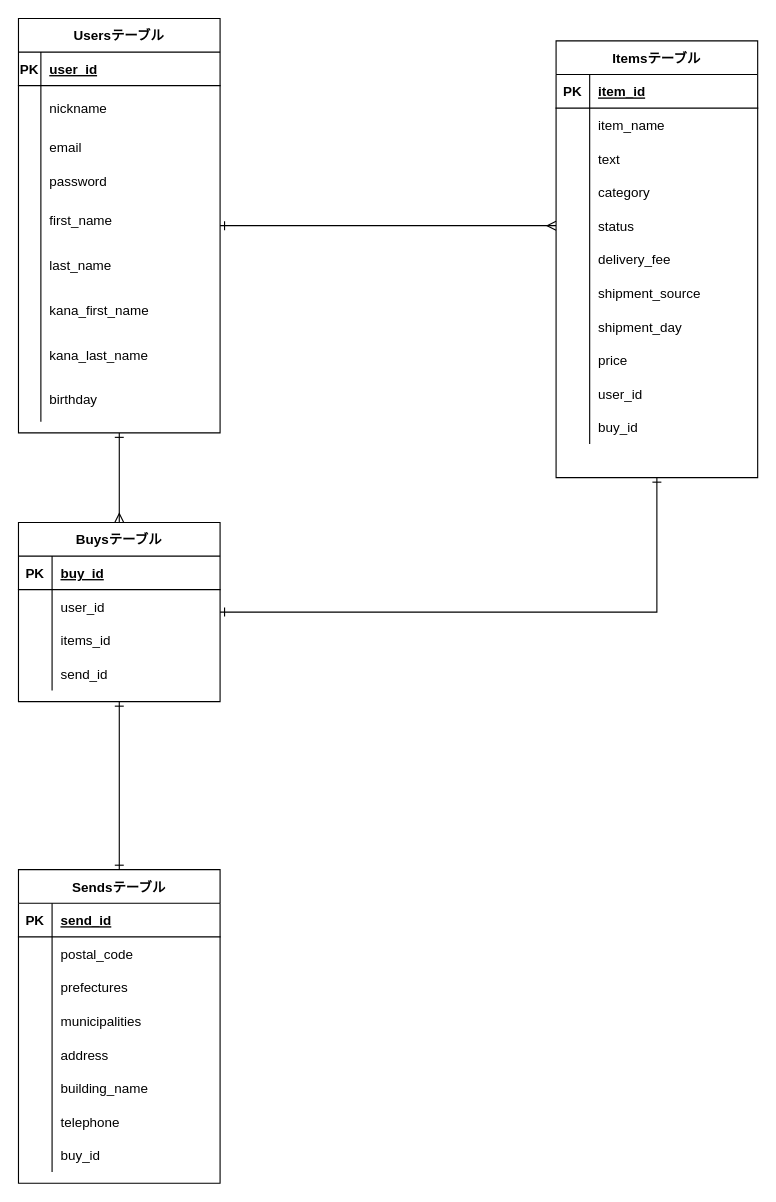
The draw.io diagram furima.dio in KawashimaRyuhei/furima-36232, before the edit. Source tidied: cells renumbered, new cells numbered last; positions are measured from the earlier drawing's top-left corner, leaving out a move shared by most shapes. Both pictures are drawn from the tidied source at 112%, with x=0, y=0 at pixel (18, 18).
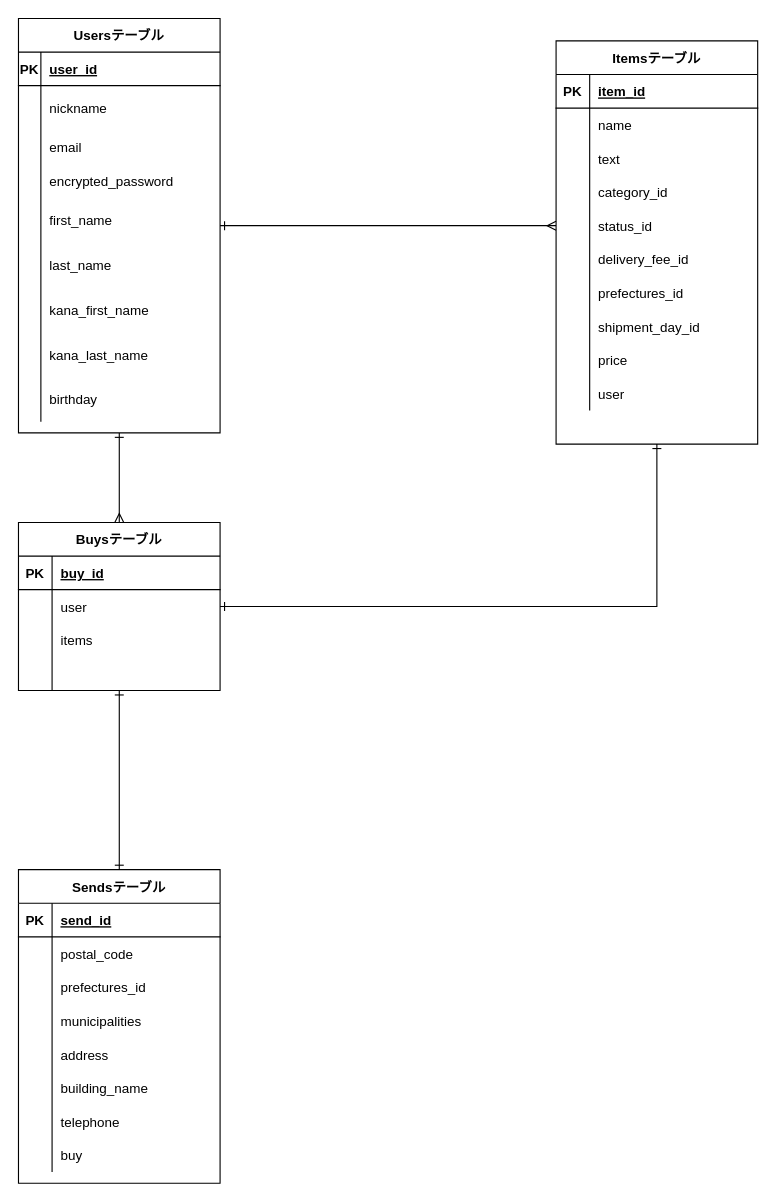
The same diagram, later.

Unchanged cells that the change refers to:
```xml
<mxCell id="14" style="shape=partialRectangle;fillColor=none;top=0;left=0;bottom=0;right=0;" parent="4" vertex="1">
  <mxGeometry y="130" width="180" height="30" as="geometry" />
</mxCell>
<mxCell id="36" style="shape=partialRectangle;fillColor=none;top=0;left=0;bottom=0;right=0;" parent="32" vertex="1">
  <mxGeometry y="60" width="180" height="30" as="geometry" />
</mxCell>
<mxCell id="42" style="shape=partialRectangle;fillColor=none;top=0;left=0;bottom=0;right=0;" parent="32" vertex="1">
  <mxGeometry y="120" width="180" height="30" as="geometry" />
</mxCell>
<mxCell id="45" style="shape=partialRectangle;fillColor=none;top=0;left=0;bottom=0;right=0;points=[[0,0.5],[1,0.5]];portConstraint=eastwest;" parent="32" vertex="1">
  <mxGeometry y="150" width="180" height="30" as="geometry" />
</mxCell>
<mxCell id="48" style="shape=partialRectangle;fillColor=none;top=0;left=0;bottom=0;right=0;" parent="32" vertex="1">
  <mxGeometry y="180" width="180" height="30" as="geometry" />
</mxCell>
<mxCell id="51" style="shape=partialRectangle;fillColor=none;top=0;left=0;bottom=0;right=0;" parent="32" vertex="1">
  <mxGeometry y="210" width="180" height="30" as="geometry" />
</mxCell>
<mxCell id="54" style="shape=partialRectangle;fillColor=none;top=0;left=0;bottom=0;right=0;" parent="32" vertex="1">
  <mxGeometry y="240" width="180" height="30" as="geometry" />
</mxCell>
<mxCell id="60" style="shape=partialRectangle;fillColor=none;top=0;left=0;bottom=0;right=0;" parent="32" vertex="1">
  <mxGeometry y="300" width="180" height="30" as="geometry" />
</mxCell>
<mxCell id="71" style="shape=partialRectangle;fillColor=none;top=0;left=0;bottom=0;right=0;" parent="67" vertex="1">
  <mxGeometry y="60" width="180" height="30" as="geometry" />
</mxCell>
<mxCell id="74" style="shape=partialRectangle;fillColor=none;top=0;left=0;bottom=0;right=0;" parent="67" vertex="1">
  <mxGeometry y="90" width="180" height="30" as="geometry" />
</mxCell>
<mxCell id="77" style="shape=partialRectangle;fillColor=none;top=0;left=0;bottom=0;right=0;" parent="67" vertex="1">
  <mxGeometry y="120" width="180" height="30" as="geometry" />
</mxCell>
<mxCell id="88" style="shape=partialRectangle;fillColor=none;top=0;left=0;bottom=0;right=0;" parent="81" vertex="1">
  <mxGeometry y="90" width="180" height="30" as="geometry" />
</mxCell>
<mxCell id="103" style="shape=partialRectangle;fillColor=none;top=0;left=0;bottom=0;right=0;" parent="81" vertex="1">
  <mxGeometry y="240" width="180" height="30" as="geometry" />
</mxCell>
```

Change to the diagram source:
```diff
@@
-    <mxCell id="16" value="password" style="shape=partialRectangle;fillColor=none;top=0;left=0;bottom=0;right=0;align=left;spacingLeft=6;overflow=hidden;" parent="14" vertex="1">
+    <mxCell id="16" value="encrypted_password" style="shape=partialRectangle;fillColor=none;top=0;left=0;bottom=0;right=0;align=left;spacingLeft=6;overflow=hidden;" parent="14" vertex="1">
       <mxGeometry x="20" width="160" height="30" as="geometry" />
     </mxCell>
@@
     <mxCell id="32" value="Itemsテーブル" style="shape=table;startSize=30;childLayout=tableLayout;rowLines=0;fontStyle=1;align=center;" parent="1" vertex="1">
-      <mxGeometry x="480" y="20" width="180" height="390" as="geometry" />
+      <mxGeometry x="480" y="20" width="180" height="360" as="geometry" />
     </mxCell>
@@
-    <mxCell id="38" value="item_name" style="shape=partialRectangle;fillColor=none;top=0;left=0;bottom=0;right=0;align=left;spacingLeft=6;overflow=hidden;" parent="36" vertex="1">
+    <mxCell id="38" value="name" style="shape=partialRectangle;fillColor=none;top=0;left=0;bottom=0;right=0;align=left;spacingLeft=6;overflow=hidden;" parent="36" vertex="1">
       <mxGeometry x="30" width="150" height="30" as="geometry" />
     </mxCell>
@@
-    <mxCell id="44" value="category" style="shape=partialRectangle;fillColor=none;top=0;left=0;bottom=0;right=0;align=left;spacingLeft=6;overflow=hidden;" parent="42" vertex="1">
+    <mxCell id="44" value="category_id" style="shape=partialRectangle;fillColor=none;top=0;left=0;bottom=0;right=0;align=left;spacingLeft=6;overflow=hidden;" parent="42" vertex="1">
       <mxGeometry x="30" width="150" height="30" as="geometry" />
     </mxCell>
@@
-    <mxCell id="47" value="status" style="shape=partialRectangle;fillColor=none;top=0;left=0;bottom=0;right=0;align=left;spacingLeft=6;overflow=hidden;" parent="45" vertex="1">
+    <mxCell id="47" value="status_id" style="shape=partialRectangle;fillColor=none;top=0;left=0;bottom=0;right=0;align=left;spacingLeft=6;overflow=hidden;" parent="45" vertex="1">
       <mxGeometry x="30" width="150" height="30" as="geometry" />
     </mxCell>
@@
-    <mxCell id="50" value="delivery_fee" style="shape=partialRectangle;fillColor=none;top=0;left=0;bottom=0;right=0;align=left;spacingLeft=6;overflow=hidden;" parent="48" vertex="1">
+    <mxCell id="50" value="delivery_fee_id" style="shape=partialRectangle;fillColor=none;top=0;left=0;bottom=0;right=0;align=left;spacingLeft=6;overflow=hidden;" parent="48" vertex="1">
       <mxGeometry x="30" width="150" height="30" as="geometry" />
     </mxCell>
@@
-    <mxCell id="53" value="shipment_source" style="shape=partialRectangle;fillColor=none;top=0;left=0;bottom=0;right=0;align=left;spacingLeft=6;overflow=hidden;" parent="51" vertex="1">
+    <mxCell id="53" value="prefectures_id" style="shape=partialRectangle;fillColor=none;top=0;left=0;bottom=0;right=0;align=left;spacingLeft=6;overflow=hidden;" parent="51" vertex="1">
       <mxGeometry x="30" width="150" height="30" as="geometry" />
     </mxCell>
@@
-    <mxCell id="56" value="shipment_day" style="shape=partialRectangle;fillColor=none;top=0;left=0;bottom=0;right=0;align=left;spacingLeft=6;overflow=hidden;" parent="54" vertex="1">
+    <mxCell id="56" value="shipment_day_id" style="shape=partialRectangle;fillColor=none;top=0;left=0;bottom=0;right=0;align=left;spacingLeft=6;overflow=hidden;" parent="54" vertex="1">
       <mxGeometry x="30" width="150" height="30" as="geometry" />
     </mxCell>
@@
-    <mxCell id="62" value="user_id" style="shape=partialRectangle;fillColor=none;top=0;left=0;bottom=0;right=0;align=left;spacingLeft=6;overflow=hidden;" parent="60" vertex="1">
+    <mxCell id="62" value="user" style="shape=partialRectangle;fillColor=none;top=0;left=0;bottom=0;right=0;align=left;spacingLeft=6;overflow=hidden;" parent="60" vertex="1">
       <mxGeometry x="30" width="150" height="30" as="geometry" />
     </mxCell>
-    <mxCell id="63" style="shape=partialRectangle;fillColor=none;top=0;left=0;bottom=0;right=0;" parent="32" vertex="1">
-      <mxGeometry y="330" width="180" height="30" as="geometry" />
-    </mxCell>
-    <mxCell id="64" style="shape=partialRectangle;fillColor=none;top=0;left=0;bottom=0;right=0;overflow=hidden;" parent="63" vertex="1">
-      <mxGeometry width="30" height="30" as="geometry" />
-    </mxCell>
-    <mxCell id="65" value="buy_id" style="shape=partialRectangle;fillColor=none;top=0;left=0;bottom=0;right=0;align=left;spacingLeft=6;overflow=hidden;" parent="63" vertex="1">
-      <mxGeometry x="30" width="150" height="30" as="geometry" />
-    </mxCell>
@@
     <mxCell id="67" value="Buysテーブル" style="shape=table;startSize=30;childLayout=tableLayout;rowLines=0;fontStyle=1;align=center;" parent="1" vertex="1">
-      <mxGeometry y="450" width="180" height="160" as="geometry" />
+      <mxGeometry y="450" width="180" height="150" as="geometry" />
     </mxCell>
@@
-    <mxCell id="73" value="user_id" style="shape=partialRectangle;fillColor=none;top=0;left=0;bottom=0;right=0;align=left;spacingLeft=6;overflow=hidden;" parent="71" vertex="1">
+    <mxCell id="73" value="user" style="shape=partialRectangle;fillColor=none;top=0;left=0;bottom=0;right=0;align=left;spacingLeft=6;overflow=hidden;" parent="71" vertex="1">
       <mxGeometry x="30" width="150" height="30" as="geometry" />
     </mxCell>
@@
-    <mxCell id="76" value="items_id" style="shape=partialRectangle;fillColor=none;top=0;left=0;bottom=0;right=0;align=left;spacingLeft=6;overflow=hidden;" parent="74" vertex="1">
+    <mxCell id="76" value="items" style="shape=partialRectangle;fillColor=none;top=0;left=0;bottom=0;right=0;align=left;spacingLeft=6;overflow=hidden;" parent="74" vertex="1">
       <mxGeometry x="30" width="150" height="30" as="geometry" />
     </mxCell>
@@
-    <mxCell id="79" value="send_id" style="shape=partialRectangle;fillColor=none;top=0;left=0;bottom=0;right=0;align=left;spacingLeft=6;overflow=hidden;" parent="77" vertex="1">
+    <mxCell id="79" style="shape=partialRectangle;fillColor=none;top=0;left=0;bottom=0;right=0;align=left;spacingLeft=6;overflow=hidden;" parent="77" vertex="1">
       <mxGeometry x="30" width="150" height="30" as="geometry" />
     </mxCell>
@@
-    <mxCell id="90" value="prefectures" style="shape=partialRectangle;fillColor=none;top=0;left=0;bottom=0;right=0;align=left;spacingLeft=6;overflow=hidden;" parent="88" vertex="1">
+    <mxCell id="90" value="prefectures_id" style="shape=partialRectangle;fillColor=none;top=0;left=0;bottom=0;right=0;align=left;spacingLeft=6;overflow=hidden;" parent="88" vertex="1">
       <mxGeometry x="30" width="150" height="30" as="geometry" />
     </mxCell>
@@
-    <mxCell id="105" value="buy_id" style="shape=partialRectangle;fillColor=none;top=0;left=0;bottom=0;right=0;align=left;spacingLeft=6;overflow=hidden;" parent="103" vertex="1">
+    <mxCell id="105" value="buy" style="shape=partialRectangle;fillColor=none;top=0;left=0;bottom=0;right=0;align=left;spacingLeft=6;overflow=hidden;" parent="103" vertex="1">
       <mxGeometry x="30" width="150" height="30" as="geometry" />
     </mxCell>
```
